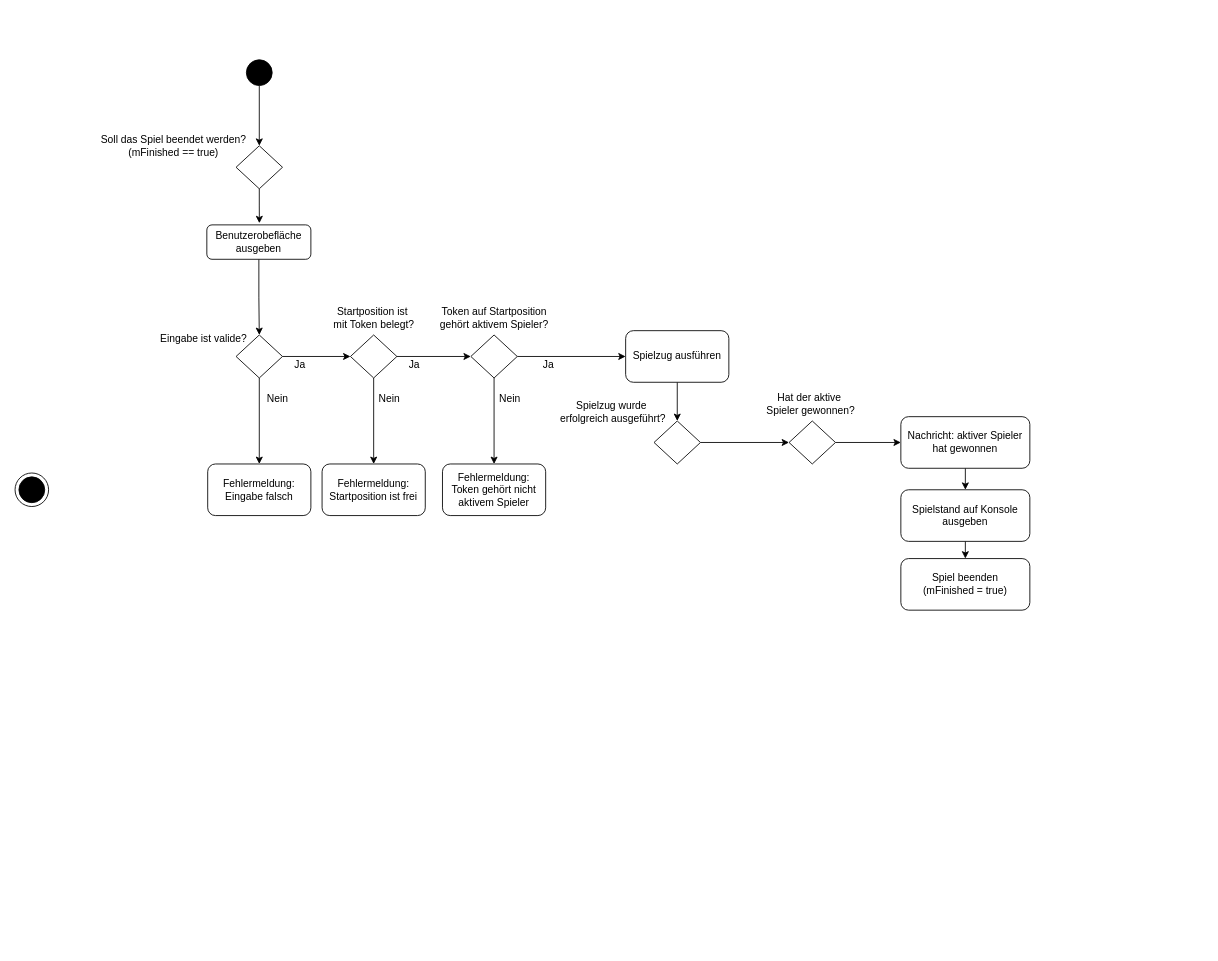
schaefereric/uml-stash keeps this draw.io diagram as game_run.drawio. Above is the earlier version. Source tidied: cells renumbered, new cells numbered last; positions are measured from the earlier drawing's top-left corner, leaving out a move shared by most shapes. Both pictures are drawn from the tidied source at 86%, with x=0, y=0 at pixel (15, 59).
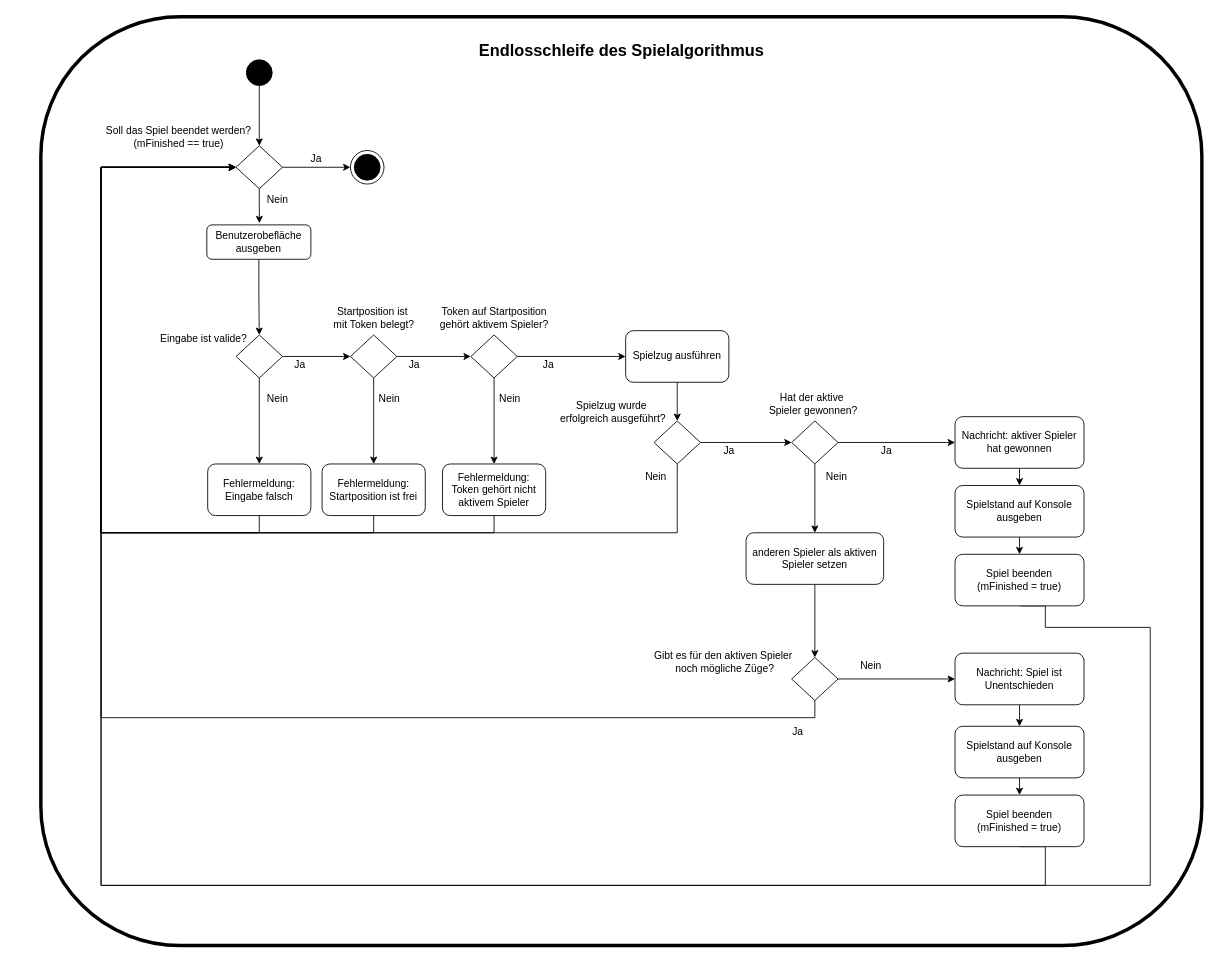
The same page after the edit.

Unchanged cells that the change refers to:
```xml
<mxCell id="5" style="rhombus;whiteSpace=wrap;html=1;" parent="1" vertex="1">
  <mxGeometry x="257" y="100" width="54" height="50" as="geometry" />
</mxCell>
<mxCell id="25" value="&lt;div&gt;Fehlermeldung:&lt;/div&gt;&lt;div&gt;Eingabe falsch&lt;br&gt;&lt;/div&gt;" style="rounded=1;whiteSpace=wrap;html=1;" parent="1" vertex="1">
  <mxGeometry x="224" y="470" width="120" height="60" as="geometry" />
</mxCell>
<mxCell id="26" value="&lt;div&gt;Fehlermeldung:&lt;/div&gt;&lt;div&gt;Startposition ist frei&lt;br&gt;&lt;/div&gt;" style="rounded=1;whiteSpace=wrap;html=1;" parent="1" vertex="1">
  <mxGeometry x="357" y="470" width="120" height="60" as="geometry" />
</mxCell>
<mxCell id="27" value="&lt;div&gt;Fehlermeldung:&lt;/div&gt;&lt;div&gt;Token gehört nicht aktivem Spieler&lt;br&gt;&lt;/div&gt;" style="rounded=1;whiteSpace=wrap;html=1;" parent="1" vertex="1">
  <mxGeometry x="497" y="470" width="120" height="60" as="geometry" />
</mxCell>
<mxCell id="35" style="rhombus;whiteSpace=wrap;html=1;" parent="1" vertex="1">
  <mxGeometry x="743" y="420" width="54" height="50" as="geometry" />
</mxCell>
```

The edit, as a diff of the source:
```diff
@@
+    <mxCell id="45" style="edgeStyle=orthogonalEdgeStyle;rounded=0;jettySize=auto;html=1;exitX=1;exitY=0.5;exitDx=0;exitDy=0;entryX=0;entryY=0.5;entryDx=0;entryDy=0;" parent="1" edge="1" source="5" target="28">
+      <mxGeometry relative="1" as="geometry" />
+    </mxCell>
@@
     <mxCell id="6" value="&lt;div&gt;Soll das Spiel beendet werden?&lt;/div&gt;&lt;div&gt;(mFinished == true)&lt;br&gt;&lt;/div&gt;" style="text;html=1;align=center;verticalAlign=middle;strokeColor=none;fillColor=none;" parent="1" vertex="1">
-      <mxGeometry x="84" y="80" width="200" height="40" as="geometry" />
+      <mxGeometry x="90" y="70" width="200" height="40" as="geometry" />
     </mxCell>
@@
+    <mxCell id="46" style="edgeStyle=orthogonalEdgeStyle;rounded=0;jettySize=auto;html=1;exitX=0.5;exitY=1;exitDx=0;exitDy=0;entryX=0;entryY=0.5;entryDx=0;entryDy=0;" parent="1" edge="1" source="25" target="5">
+      <mxGeometry relative="1" as="geometry">
+        <Array as="points">
+          <mxPoint x="284" y="550" />
+          <mxPoint x="100" y="550" />
+          <mxPoint x="100" y="125" />
+        </Array>
+      </mxGeometry>
+    </mxCell>
@@
+    <mxCell id="47" style="edgeStyle=orthogonalEdgeStyle;rounded=0;jettySize=auto;html=1;exitX=0.5;exitY=1;exitDx=0;exitDy=0;entryX=0;entryY=0.5;entryDx=0;entryDy=0;" parent="1" edge="1" source="26" target="5">
+      <mxGeometry relative="1" as="geometry">
+        <Array as="points">
+          <mxPoint x="417" y="550" />
+          <mxPoint x="100" y="550" />
+          <mxPoint x="100" y="125" />
+        </Array>
+      </mxGeometry>
+    </mxCell>
@@
+    <mxCell id="48" style="edgeStyle=orthogonalEdgeStyle;rounded=0;jettySize=auto;html=1;exitX=0.5;exitY=1;exitDx=0;exitDy=0;entryX=0;entryY=0.5;entryDx=0;entryDy=0;" parent="1" edge="1" source="27" target="5">
+      <mxGeometry relative="1" as="geometry">
+        <Array as="points">
+          <mxPoint x="557" y="550" />
+          <mxPoint x="100" y="550" />
+          <mxPoint x="100" y="125" />
+        </Array>
+      </mxGeometry>
+    </mxCell>
@@
     <mxCell id="28" style="ellipse;whiteSpace=wrap;html=1;fillColor=#FFFFFF;" parent="1" vertex="1">
-      <mxGeometry y="480.5" width="39" height="39" as="geometry" />
+      <mxGeometry x="390" y="105.5" width="39" height="39" as="geometry" />
     </mxCell>
     <mxCell id="29" style="ellipse;whiteSpace=wrap;html=1;fillColor=#000000;" parent="1" vertex="1">
-      <mxGeometry x="4.5" y="485" width="30" height="30" as="geometry" />
+      <mxGeometry x="394.5" y="110" width="30" height="30" as="geometry" />
     </mxCell>
@@
+    <mxCell id="49" style="edgeStyle=orthogonalEdgeStyle;rounded=0;jettySize=auto;html=1;exitX=0.5;exitY=1;exitDx=0;exitDy=0;entryX=0;entryY=0.5;entryDx=0;entryDy=0;" parent="1" edge="1" source="35" target="5">
+      <mxGeometry relative="1" as="geometry">
+        <Array as="points">
+          <mxPoint x="770" y="550" />
+          <mxPoint x="100" y="550" />
+          <mxPoint x="100" y="125" />
+        </Array>
+      </mxGeometry>
+    </mxCell>
@@
+    <mxCell id="50" style="edgeStyle=orthogonalEdgeStyle;rounded=0;jettySize=auto;html=1;exitX=0.5;exitY=1;exitDx=0;exitDy=0;entryX=0.5;entryY=0;entryDx=0;entryDy=0;" parent="1" edge="1" source="38" target="56">
+      <mxGeometry relative="1" as="geometry" />
+    </mxCell>
     <mxCell id="38" style="rhombus;whiteSpace=wrap;html=1;" parent="1" vertex="1">
-      <mxGeometry x="900" y="420" width="54" height="50" as="geometry" />
+      <mxGeometry x="903" y="420" width="54" height="50" as="geometry" />
     </mxCell>
     <mxCell id="39" value="&lt;div&gt;Hat der aktive&amp;nbsp;&lt;/div&gt;&lt;div&gt;Spieler gewonnen?&lt;/div&gt;" style="text;html=1;align=center;verticalAlign=middle;strokeColor=none;fillColor=none;" parent="1" vertex="1">
-      <mxGeometry x="860" y="380" width="130" height="40" as="geometry" />
+      <mxGeometry x="863" y="380" width="130" height="40" as="geometry" />
     </mxCell>
@@
     <mxCell id="41" value="Nachricht: aktiver Spieler hat gewonnen" style="rounded=1;whiteSpace=wrap;html=1;" parent="1" vertex="1">
-      <mxGeometry x="1030" y="415" width="150" height="60" as="geometry" />
+      <mxGeometry x="1093" y="415" width="150" height="60" as="geometry" />
     </mxCell>
@@
     <mxCell id="43" value="Spielstand auf Konsole ausgeben" style="rounded=1;whiteSpace=wrap;html=1;" parent="1" vertex="1">
-      <mxGeometry x="1030" y="500" width="150" height="60" as="geometry" />
+      <mxGeometry x="1093" y="495" width="150" height="60" as="geometry" />
     </mxCell>
+    <mxCell id="51" style="edgeStyle=orthogonalEdgeStyle;rounded=0;jettySize=auto;html=1;exitX=0.5;exitY=1;exitDx=0;exitDy=0;entryX=0;entryY=0.5;entryDx=0;entryDy=0;" parent="1" edge="1" source="44" target="5">
+      <mxGeometry relative="1" as="geometry">
+        <Array as="points">
+          <mxPoint x="1198" y="635" />
+          <mxPoint x="1198" y="660" />
+          <mxPoint x="1320" y="660" />
+          <mxPoint x="1320" y="960" />
+          <mxPoint x="100" y="960" />
+          <mxPoint x="100" y="125" />
+        </Array>
+      </mxGeometry>
+    </mxCell>
     <mxCell id="44" value="&lt;div&gt;Spiel beenden&lt;/div&gt;&lt;div&gt;(mFinished = true)&lt;br&gt;&lt;/div&gt;" style="rounded=1;whiteSpace=wrap;html=1;" parent="1" vertex="1">
-      <mxGeometry x="1030" y="580" width="150" height="60" as="geometry" />
+      <mxGeometry x="1093" y="575" width="150" height="60" as="geometry" />
     </mxCell>
+    <mxCell id="52" value="Nein" style="text;html=1;align=center;verticalAlign=middle;strokeColor=none;fillColor=none;" parent="1" vertex="1">
+      <mxGeometry x="280" y="148" width="50" height="30" as="geometry" />
+    </mxCell>
+    <mxCell id="53" value="Ja" style="text;html=1;align=center;verticalAlign=middle;strokeColor=none;fillColor=none;" parent="1" vertex="1">
+      <mxGeometry x="330" y="100" width="40" height="30" as="geometry" />
+    </mxCell>
+    <mxCell id="54" value="Nein" style="text;html=1;align=center;verticalAlign=middle;strokeColor=none;fillColor=none;" parent="1" vertex="1">
+      <mxGeometry x="720" y="470" width="50" height="30" as="geometry" />
+    </mxCell>
+    <mxCell id="55" style="edgeStyle=orthogonalEdgeStyle;rounded=0;jettySize=auto;html=1;exitX=0.5;exitY=1;exitDx=0;exitDy=0;entryX=0.5;entryY=0;entryDx=0;entryDy=0;" parent="1" edge="1" source="56" target="59">
+      <mxGeometry relative="1" as="geometry" />
+    </mxCell>
+    <mxCell id="56" value="anderen Spieler als aktiven Spieler setzen" style="rounded=1;whiteSpace=wrap;html=1;" parent="1" vertex="1">
+      <mxGeometry x="850" y="550" width="160" height="60" as="geometry" />
+    </mxCell>
+    <mxCell id="57" style="edgeStyle=orthogonalEdgeStyle;rounded=0;jettySize=auto;html=1;exitX=1;exitY=0.5;exitDx=0;exitDy=0;entryX=0;entryY=0.5;entryDx=0;entryDy=0;" parent="1" edge="1" source="59" target="62">
+      <mxGeometry relative="1" as="geometry" />
+    </mxCell>
+    <mxCell id="58" style="edgeStyle=orthogonalEdgeStyle;rounded=0;jettySize=auto;html=1;exitX=0.5;exitY=1;exitDx=0;exitDy=0;entryX=0;entryY=0.5;entryDx=0;entryDy=0;" parent="1" edge="1" source="59" target="5">
+      <mxGeometry relative="1" as="geometry">
+        <Array as="points">
+          <mxPoint x="930" y="765" />
+          <mxPoint x="100" y="765" />
+          <mxPoint x="100" y="125" />
+        </Array>
+      </mxGeometry>
+    </mxCell>
+    <mxCell id="59" style="rhombus;whiteSpace=wrap;html=1;" parent="1" vertex="1">
+      <mxGeometry x="903" y="695" width="54" height="50" as="geometry" />
+    </mxCell>
+    <mxCell id="60" value="&lt;div&gt;Gibt es für den aktiven Spieler&amp;nbsp;&lt;/div&gt;&lt;div&gt;noch mögliche Züge?&lt;/div&gt;" style="text;html=1;align=center;verticalAlign=middle;strokeColor=none;fillColor=none;" parent="1" vertex="1">
+      <mxGeometry x="730" y="680" width="190" height="40" as="geometry" />
+    </mxCell>
+    <mxCell id="61" style="edgeStyle=orthogonalEdgeStyle;rounded=0;jettySize=auto;html=1;exitX=0.5;exitY=1;exitDx=0;exitDy=0;entryX=0.5;entryY=0;entryDx=0;entryDy=0;" parent="1" edge="1" source="62" target="64">
+      <mxGeometry relative="1" as="geometry" />
+    </mxCell>
+    <mxCell id="62" value="Nachricht: Spiel ist Unentschieden " style="rounded=1;whiteSpace=wrap;html=1;" parent="1" vertex="1">
+      <mxGeometry x="1093" y="690" width="150" height="60" as="geometry" />
+    </mxCell>
+    <mxCell id="63" style="edgeStyle=orthogonalEdgeStyle;rounded=0;jettySize=auto;html=1;exitX=0.5;exitY=1;exitDx=0;exitDy=0;entryX=0.5;entryY=0;entryDx=0;entryDy=0;" parent="1" edge="1" source="64" target="66">
+      <mxGeometry relative="1" as="geometry" />
+    </mxCell>
+    <mxCell id="64" value="Spielstand auf Konsole ausgeben" style="rounded=1;whiteSpace=wrap;html=1;" parent="1" vertex="1">
+      <mxGeometry x="1093" y="775" width="150" height="60" as="geometry" />
+    </mxCell>
+    <mxCell id="65" style="edgeStyle=orthogonalEdgeStyle;rounded=0;jettySize=auto;html=1;exitX=0.5;exitY=1;exitDx=0;exitDy=0;entryX=0;entryY=0.5;entryDx=0;entryDy=0;" parent="1" edge="1" source="66" target="5">
+      <mxGeometry relative="1" as="geometry">
+        <Array as="points">
+          <mxPoint x="1198" y="960" />
+          <mxPoint x="100" y="960" />
+          <mxPoint x="100" y="125" />
+        </Array>
+      </mxGeometry>
+    </mxCell>
+    <mxCell id="66" value="&lt;div&gt;Spiel beenden&lt;/div&gt;&lt;div&gt;(mFinished = true)&lt;br&gt;&lt;/div&gt;" style="rounded=1;whiteSpace=wrap;html=1;" parent="1" vertex="1">
+      <mxGeometry x="1093" y="855" width="150" height="60" as="geometry" />
+    </mxCell>
+    <mxCell id="67" value="Ja" style="text;html=1;align=center;verticalAlign=middle;strokeColor=none;fillColor=none;" parent="1" vertex="1">
+      <mxGeometry x="993" y="440" width="40" height="30" as="geometry" />
+    </mxCell>
+    <mxCell id="68" value="Ja" style="text;html=1;align=center;verticalAlign=middle;strokeColor=none;fillColor=none;" parent="1" vertex="1">
+      <mxGeometry x="810" y="440" width="40" height="30" as="geometry" />
+    </mxCell>
+    <mxCell id="69" value="Ja" style="text;html=1;align=center;verticalAlign=middle;strokeColor=none;fillColor=none;" parent="1" vertex="1">
+      <mxGeometry x="890" y="767" width="40" height="30" as="geometry" />
+    </mxCell>
+    <mxCell id="70" value="Nein" style="text;html=1;align=center;verticalAlign=middle;strokeColor=none;fillColor=none;" parent="1" vertex="1">
+      <mxGeometry x="930" y="470" width="50" height="30" as="geometry" />
+    </mxCell>
+    <mxCell id="71" value="Nein" style="text;html=1;align=center;verticalAlign=middle;strokeColor=none;fillColor=none;" parent="1" vertex="1">
+      <mxGeometry x="970" y="690" width="50" height="30" as="geometry" />
+    </mxCell>
+    <mxCell id="72" style="rounded=1;whiteSpace=wrap;html=1;fillColor=none;strokeWidth=4;" parent="1" vertex="1">
+      <mxGeometry x="30" y="-50" width="1350" height="1080" as="geometry" />
+    </mxCell>
+    <mxCell id="73" value="&lt;b style=&quot;font-size: 19px;&quot;&gt;Endlosschleife des Spielalgorithmus&lt;br&gt;&lt;/b&gt;" style="text;html=1;align=center;verticalAlign=middle;strokeColor=none;fillColor=none;" parent="1" vertex="1">
+      <mxGeometry x="525" y="-30" width="360" height="40" as="geometry" />
+    </mxCell>
```
